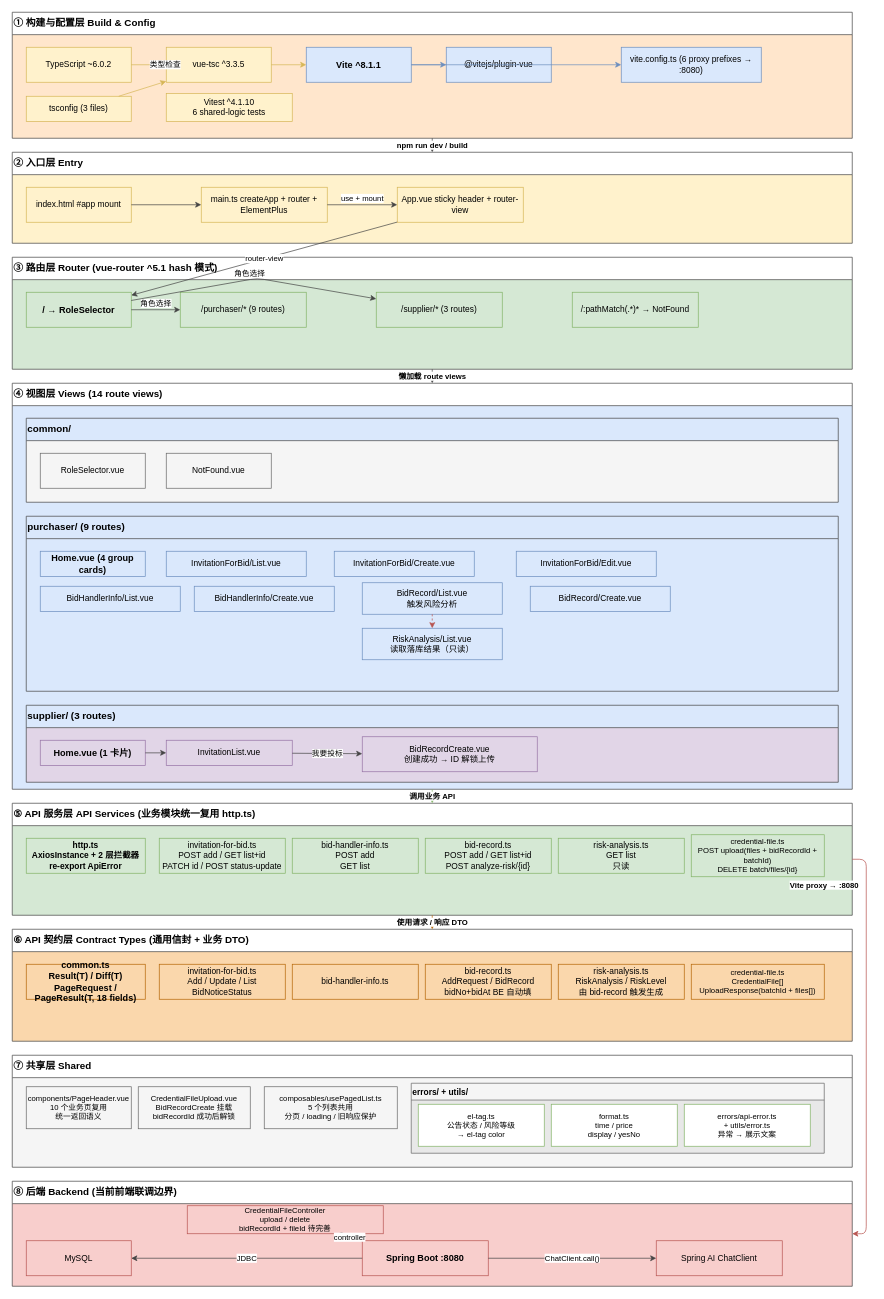
Before: docs/frontend-architecture.drawio in Jianshi-Lu/smart-bid-platform-fe, a draw.io diagram. Source tidied: cells renumbered, new cells numbered last; positions are measured from the earlier drawing's top-left corner, leaving out a move shared by most shapes. Both pictures are drawn from the tidied source at 70%, with x=0, y=0 at pixel (12, 12).
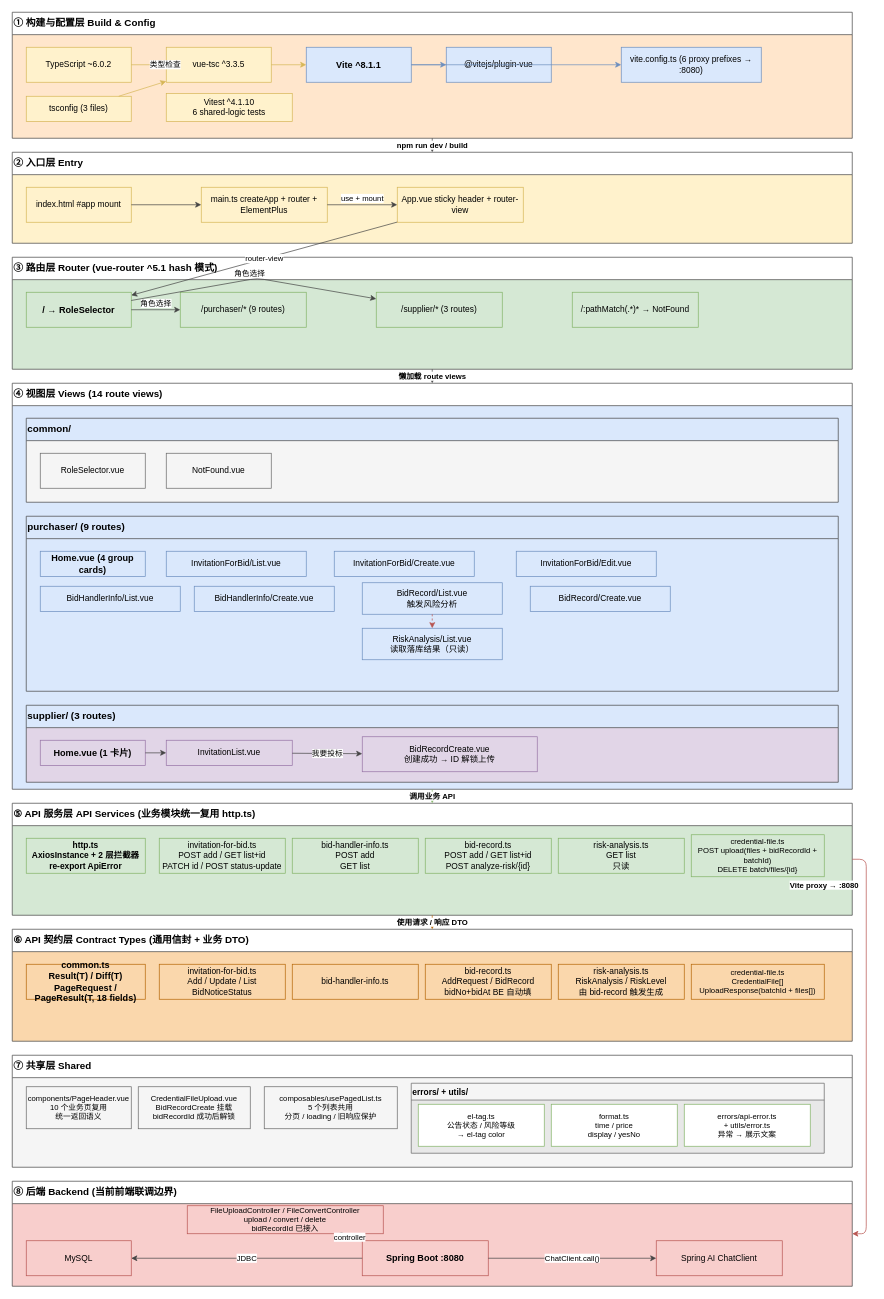
The same diagram, later.

Unchanged cells that the change refers to:
```xml
<mxCell id="71" value="⑧ 后端  Backend  (当前前端联调边界)" style="shape=swimlane;rounded=0;swimlaneFillColor=#f8cecc;fillColor=none;strokeColor=#444;startSize=32;html=1;whiteSpace=wrap;fontSize=14;fontStyle=1;align=left;verticalAlign=top;" parent="1" vertex="1">
  <mxGeometry y="1670" width="1200" height="150" as="geometry" />
</mxCell>
```

What changed in the source:
```diff
@@
-    <mxCell id="75" value="CredentialFileController&#10;upload / delete&#10;bidRecordId + fileId 待完善" style="rounded=0;whiteSpace=wrap;html=1;fillColor=#f8cecc;strokeColor=#b85450;fontSize=11;" parent="71" vertex="1">
+    <mxCell id="75" value="FileUploadController / FileConvertController&#10;upload / convert / delete&#10;bidRecordId 已接入" style="rounded=0;whiteSpace=wrap;html=1;fillColor=#f8cecc;strokeColor=#b85450;fontSize=11;" parent="71" vertex="1">
       <mxGeometry x="250" y="35" width="280" height="40" as="geometry" />
     </mxCell>
```
